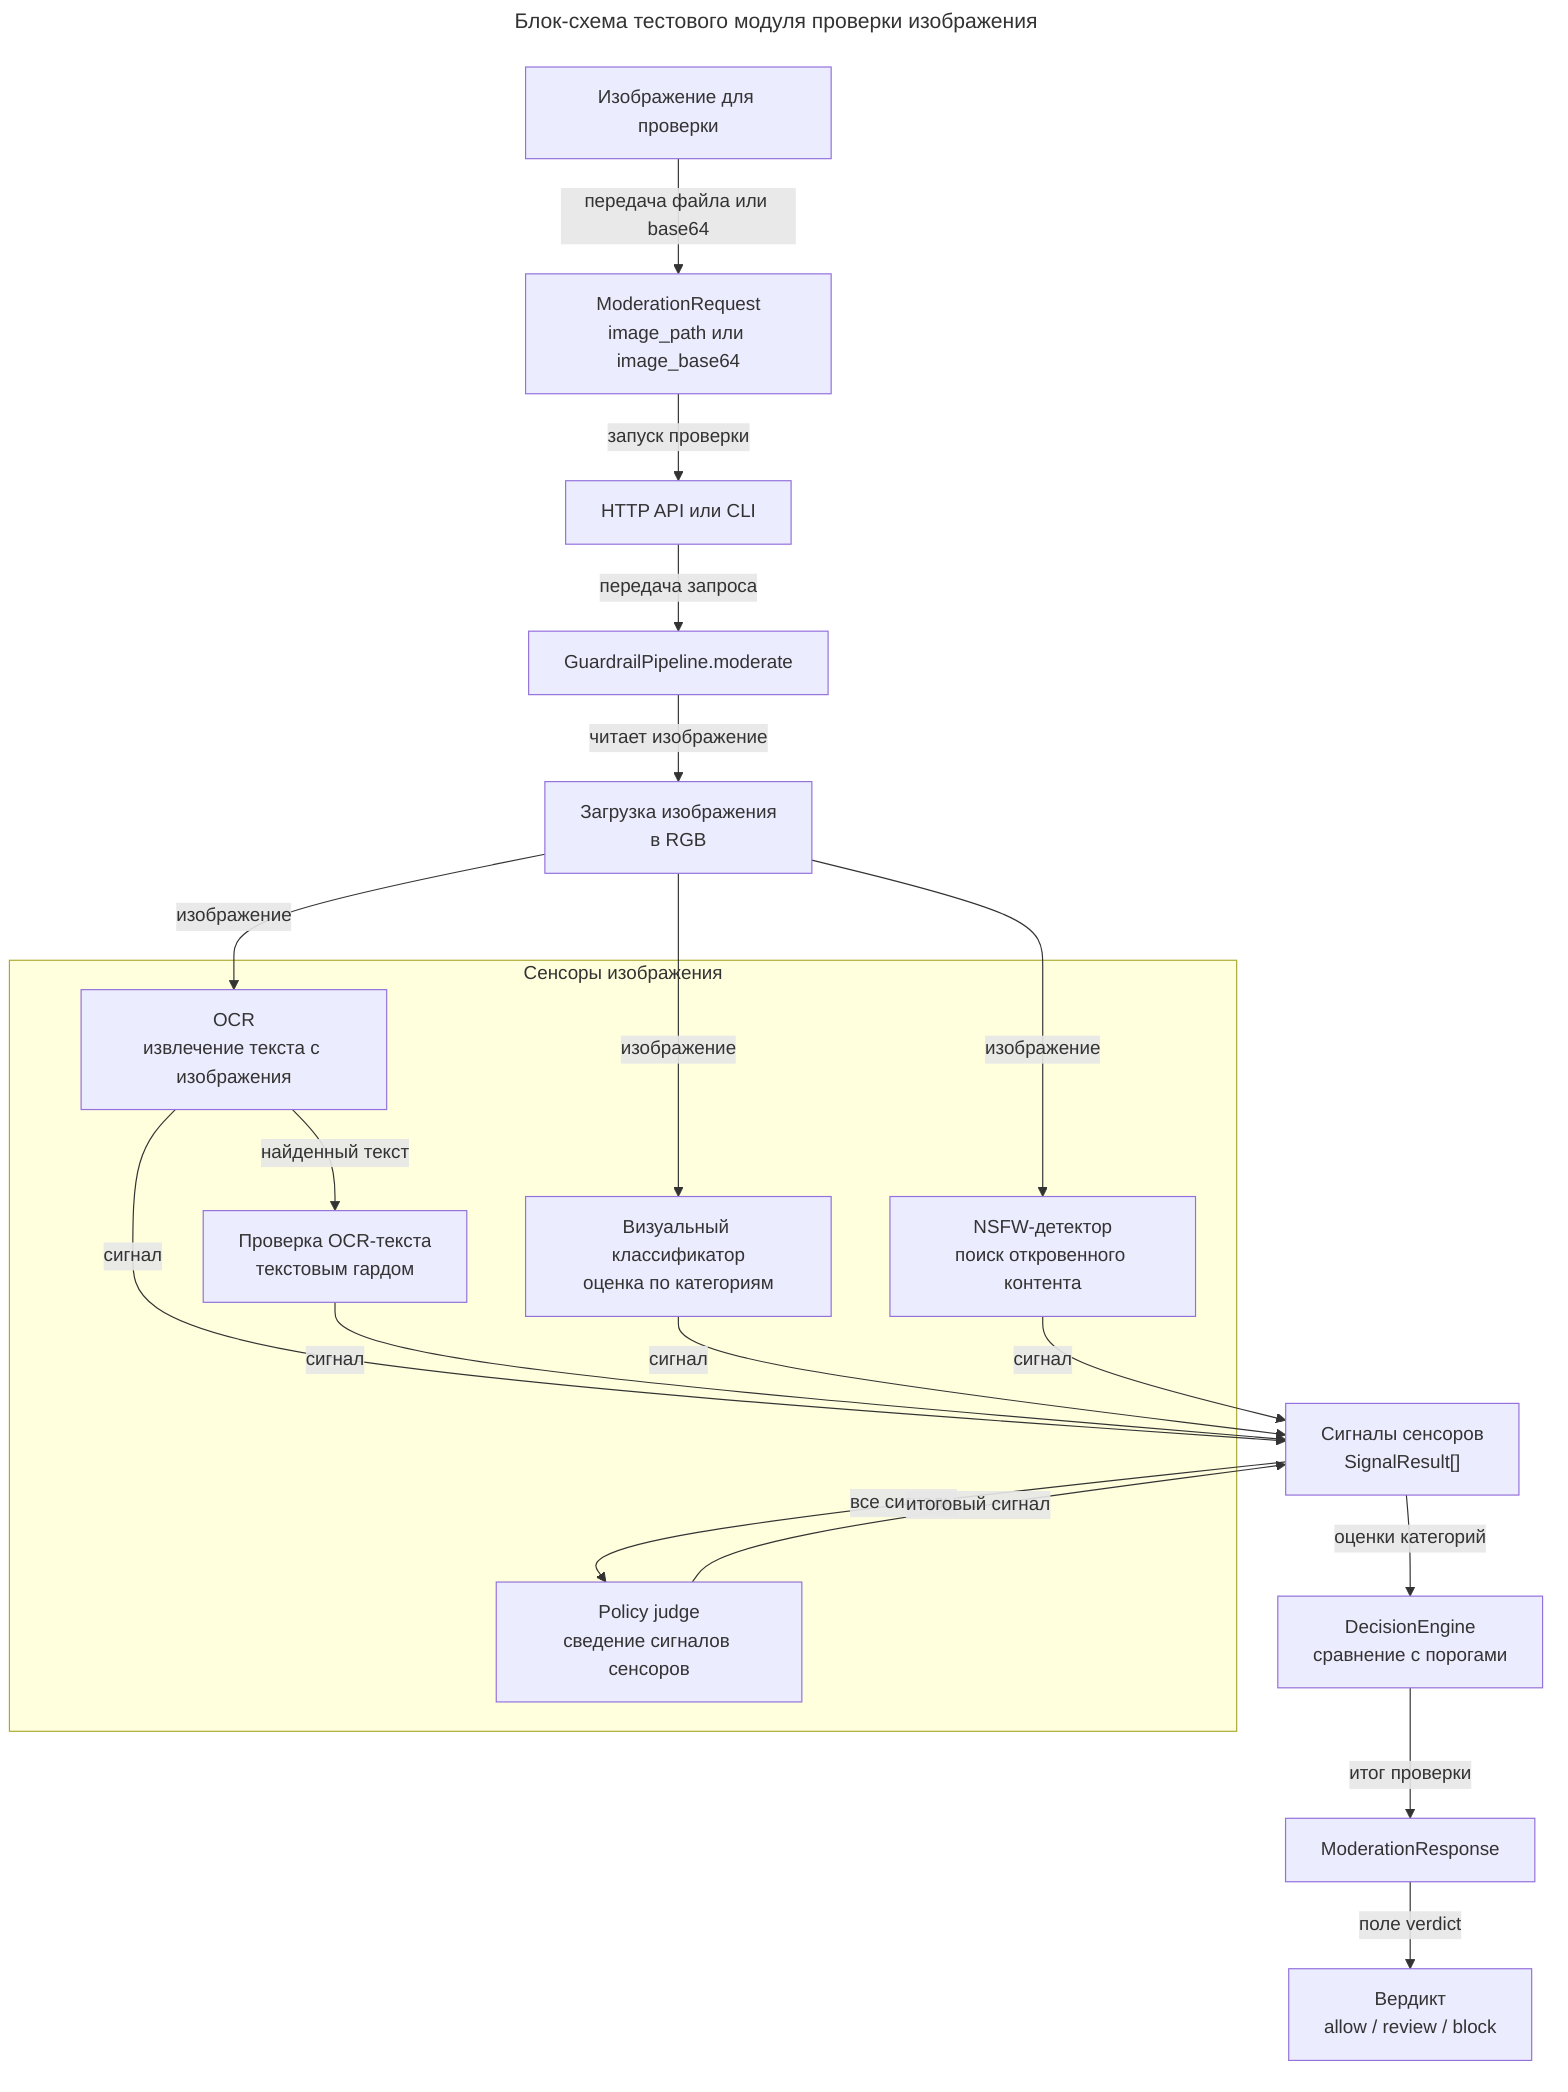
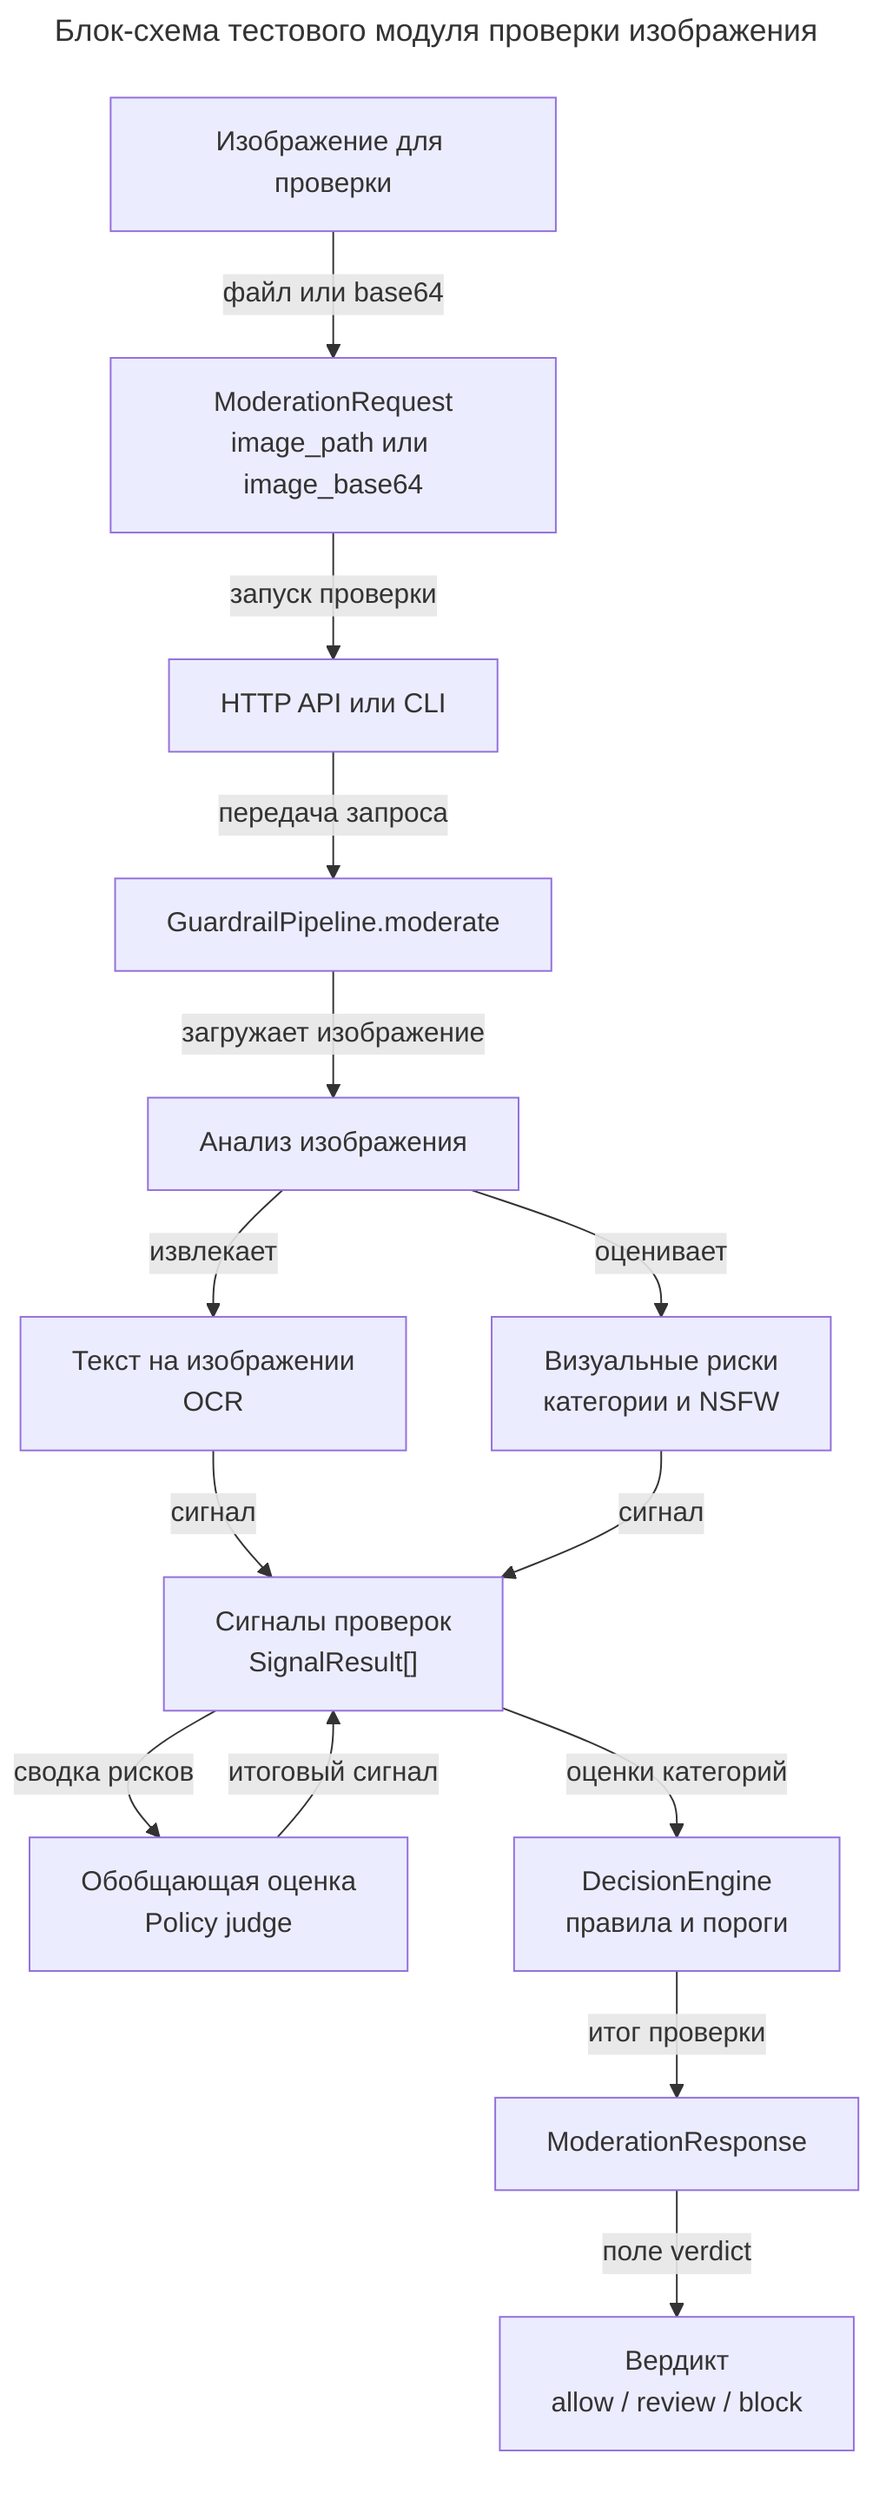
---
title: Блок-схема тестового модуля проверки изображения
---
flowchart TD
  image["Изображение для проверки"]
  request["ModerationRequest<br/>image_path или image_base64"]
  entry["HTTP API или CLI"]
  pipeline["GuardrailPipeline.moderate"]
-   loadImage["Загрузка изображения<br/>в RGB"]

-   subgraph sensors["Сенсоры изображения"]
-     ocr["OCR<br/>извлечение текста с изображения"]
-     ocrTextGuard["Проверка OCR-текста<br/>текстовым гардом"]
-     visual["Визуальный классификатор<br/>оценка по категориям"]
-     explicit["NSFW-детектор<br/>поиск откровенного контента"]
-     policy["Policy judge<br/>сведение сигналов сенсоров"]
-   end
+   analysis["Анализ изображения"]
+   textInImage["Текст на изображении<br/>OCR"]
+   visualRisks["Визуальные риски<br/>категории и NSFW"]
+   policy["Обобщающая оценка<br/>Policy judge"]

-   signals["Сигналы сенсоров<br/>SignalResult[]"]
-   decision["DecisionEngine<br/>сравнение с порогами"]
+   signals["Сигналы проверок<br/>SignalResult[]"]
+   decision["DecisionEngine<br/>правила и пороги"]
  response["ModerationResponse"]
  verdict["Вердикт<br/>allow / review / block"]

-   image -->|"передача файла или base64"| request
+   image -->|"файл или base64"| request
  request -->|"запуск проверки"| entry
  entry -->|"передача запроса"| pipeline
-   pipeline -->|"читает изображение"| loadImage
-   loadImage -->|"изображение"| ocr
-   loadImage -->|"изображение"| visual
-   loadImage -->|"изображение"| explicit
-   ocr -->|"найденный текст"| ocrTextGuard
-   ocr -->|"сигнал"| signals
-   ocrTextGuard -->|"сигнал"| signals
-   visual -->|"сигнал"| signals
-   explicit -->|"сигнал"| signals
-   signals -->|"все сигналы"| policy
+   pipeline -->|"загружает изображение"| analysis
+ 
+   analysis -->|"извлекает"| textInImage
+   analysis -->|"оценивает"| visualRisks
+   textInImage -->|"сигнал"| signals
+   visualRisks -->|"сигнал"| signals
+   signals -->|"сводка рисков"| policy
  policy -->|"итоговый сигнал"| signals
+ 
  signals -->|"оценки категорий"| decision
  decision -->|"итог проверки"| response
  response -->|"поле verdict"| verdict
